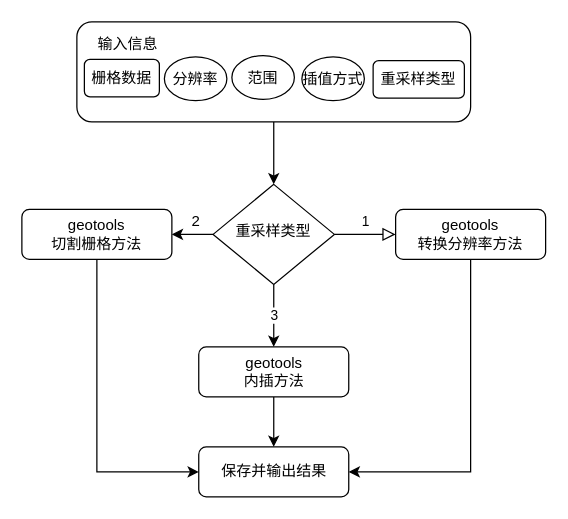
Earlier version of the draw.io diagram 栅格数据重采样.drawio (ninexy/SpringcloudConfig-1). Source tidied: cells renumbered, new cells numbered last; positions are measured from the earlier drawing's top-left corner, leaving out a move shared by most shapes. Both pictures are drawn from the tidied source at 125%, with x=0, y=0 at pixel (21, 21).
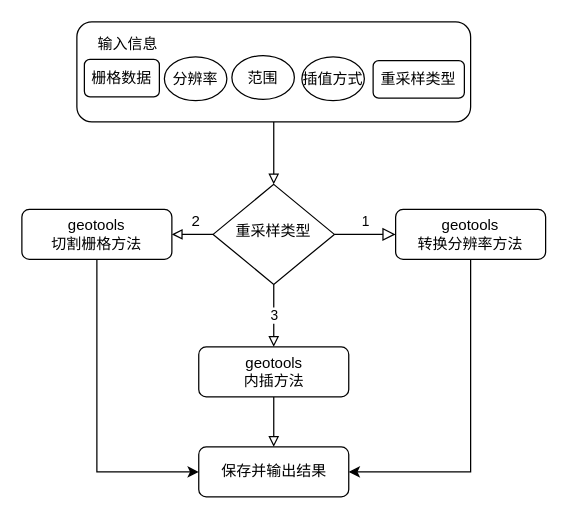
Above is the later version.

Commit message:
Update 栅格数据重采样.drawio

Unchanged cells that the change refers to:
```xml
<mxCell id="3" style="rounded=1;whiteSpace=wrap;html=1;fontSize=12;glass=0;strokeWidth=1;shadow=0;align=left;fillColor=none;" parent="1" vertex="1">
  <mxGeometry x="44" width="315" height="80" as="geometry" />
</mxCell>
<mxCell id="8" value="重采样类型" style="rhombus;whiteSpace=wrap;html=1;shadow=0;fontFamily=Helvetica;fontSize=12;align=center;strokeWidth=1;spacing=6;spacingTop=-4;" parent="1" vertex="1">
  <mxGeometry x="153" y="130" width="97" height="80" as="geometry" />
</mxCell>
<mxCell id="11" value="保存并输出结果" style="rounded=1;whiteSpace=wrap;html=1;fontSize=12;glass=0;strokeWidth=1;shadow=0;" parent="1" vertex="1">
  <mxGeometry x="141.5" y="340" width="120" height="40" as="geometry" />
</mxCell>
<mxCell id="19" value="geotools&lt;br&gt;切割栅格方法" style="rounded=1;whiteSpace=wrap;html=1;fontSize=12;glass=0;strokeWidth=1;shadow=0;" parent="1" vertex="1">
  <mxGeometry y="150" width="120" height="40" as="geometry" />
</mxCell>
<mxCell id="21" value="geotools&lt;br&gt;内插方法" style="rounded=1;whiteSpace=wrap;html=1;fontSize=12;glass=0;strokeWidth=1;shadow=0;" parent="1" vertex="1">
  <mxGeometry x="141.5" y="260" width="120" height="40" as="geometry" />
</mxCell>
```

The edit, as a diff of the source:
```diff
@@
-    <mxCell id="2" style="edgeStyle=orthogonalEdgeStyle;rounded=0;jettySize=auto;html=1;exitX=0.5;exitY=1;exitDx=0;exitDy=0;entryX=0.5;entryY=0;entryDx=0;entryDy=0;" parent="1" edge="1" source="3" target="8">
+    <mxCell id="2" style="edgeStyle=orthogonalEdgeStyle;rounded=0;jettySize=auto;html=1;exitX=0.5;exitY=1;exitDx=0;exitDy=0;entryX=0.5;entryY=0;entryDx=0;entryDy=0;endArrow=block;endFill=0;" parent="1" edge="1" source="3" target="8">
       <mxGeometry relative="1" as="geometry" />
     </mxCell>
@@
-    <mxCell id="5" style="edgeStyle=orthogonalEdgeStyle;rounded=0;jettySize=auto;html=1;exitX=0;exitY=0.5;exitDx=0;exitDy=0;entryX=1;entryY=0.5;entryDx=0;entryDy=0;" parent="1" edge="1" source="8" target="19">
+    <mxCell id="5" style="edgeStyle=orthogonalEdgeStyle;rounded=0;jettySize=auto;html=1;exitX=0;exitY=0.5;exitDx=0;exitDy=0;entryX=1;entryY=0.5;entryDx=0;entryDy=0;endArrow=block;endFill=0;" parent="1" edge="1" source="8" target="19">
       <mxGeometry relative="1" as="geometry" />
     </mxCell>
-    <mxCell id="6" style="edgeStyle=orthogonalEdgeStyle;rounded=0;jettySize=auto;html=1;exitX=0.5;exitY=1;exitDx=0;exitDy=0;entryX=0.5;entryY=0;entryDx=0;entryDy=0;" parent="1" edge="1" source="8" target="21">
+    <mxCell id="6" style="edgeStyle=orthogonalEdgeStyle;rounded=0;jettySize=auto;html=1;exitX=0.5;exitY=1;exitDx=0;exitDy=0;entryX=0.5;entryY=0;entryDx=0;entryDy=0;endArrow=block;endFill=0;" parent="1" edge="1" source="8" target="21">
       <mxGeometry relative="1" as="geometry" />
     </mxCell>
@@
-    <mxCell id="20" style="edgeStyle=orthogonalEdgeStyle;rounded=0;jettySize=auto;html=1;exitX=0.5;exitY=1;exitDx=0;exitDy=0;entryX=0.5;entryY=0;entryDx=0;entryDy=0;" parent="1" edge="1" source="21" target="11">
+    <mxCell id="20" style="edgeStyle=orthogonalEdgeStyle;rounded=0;jettySize=auto;html=1;exitX=0.5;exitY=1;exitDx=0;exitDy=0;entryX=0.5;entryY=0;entryDx=0;entryDy=0;endArrow=block;endFill=0;" parent="1" edge="1" source="21" target="11">
       <mxGeometry relative="1" as="geometry" />
     </mxCell>
```
